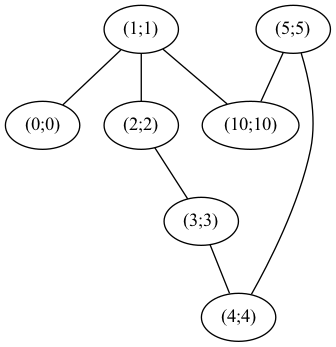
IvanMurzin/Informatics keeps this Graphviz diagram as 5/output/graph.dot.png. Above is the earlier version. Its source is kept beside it as 5/output/graph.dot.
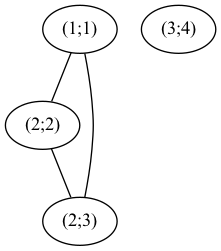
The same file after the commit.

What changed in the source:
```diff
@@ -1,23 +1,12 @@
 strict graph {
  "(1;1)";
- "(1;1)" -- "(10;10)";
- "(1;1)" -- "(0;0)";
  "(1;1)" -- "(2;2)";
- "(5;5)";
- "(5;5)" -- "(10;10)";
- "(5;5)" -- "(4;4)";
- "(10;10)";
- "(10;10)" -- "(1;1)";
- "(10;10)" -- "(5;5)";
- "(0;0)";
- "(0;0)" -- "(1;1)";
+ "(1;1)" -- "(2;3)";
  "(2;2)";
  "(2;2)" -- "(1;1)";
- "(2;2)" -- "(3;3)";
- "(3;3)";
- "(3;3)" -- "(2;2)";
- "(3;3)" -- "(4;4)";
- "(4;4)";
- "(4;4)" -- "(5;5)";
- "(4;4)" -- "(3;3)";
+ "(2;2)" -- "(2;3)";
+ "(2;3)";
+ "(2;3)" -- "(1;1)";
+ "(2;3)" -- "(2;2)";
+ "(3;4)";
 }
```
